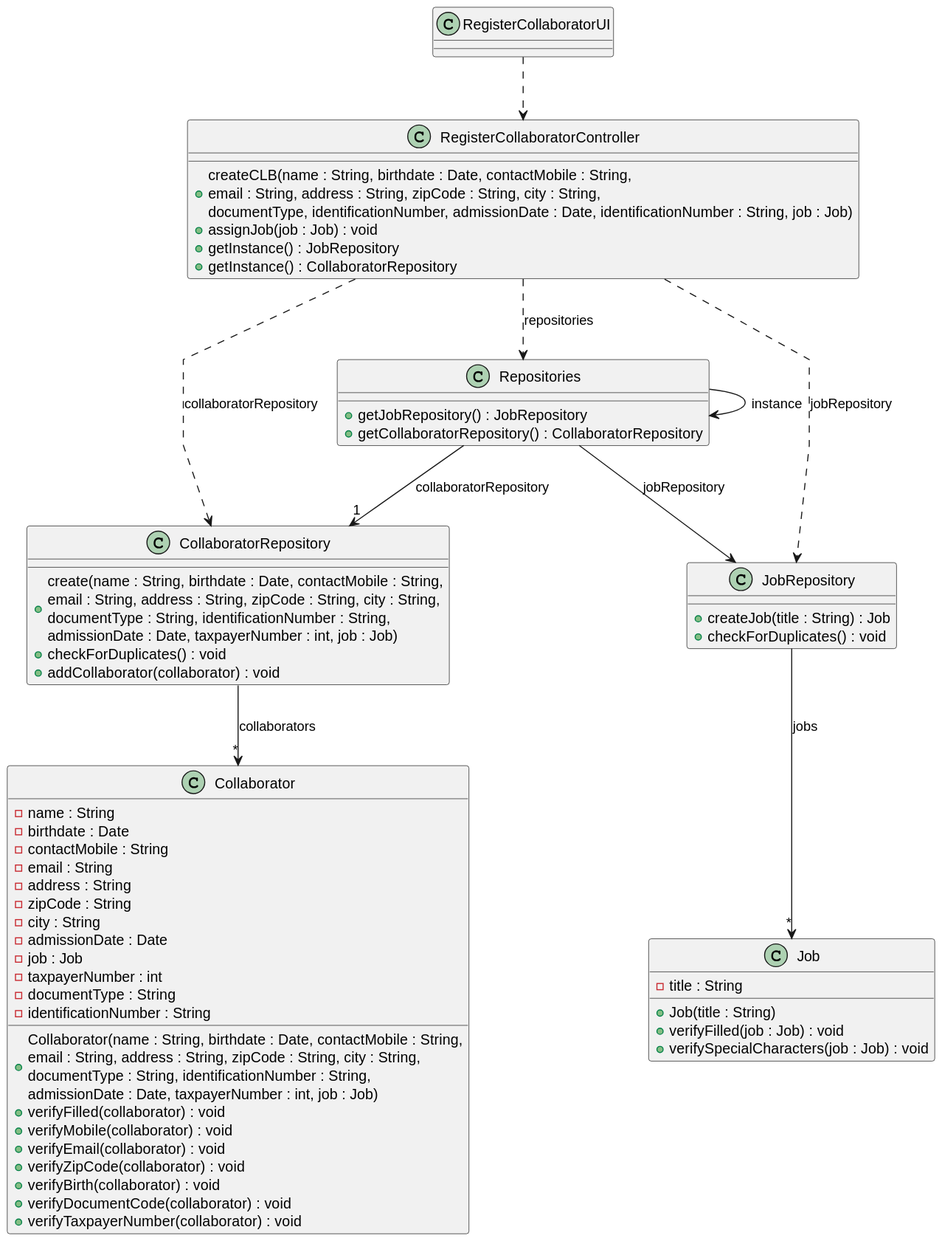
The PlantUML diagram docs/sprintB/us003/03.design/svg/us003-class-diagram.svg in ricardomm7/leaflink, before a commit.
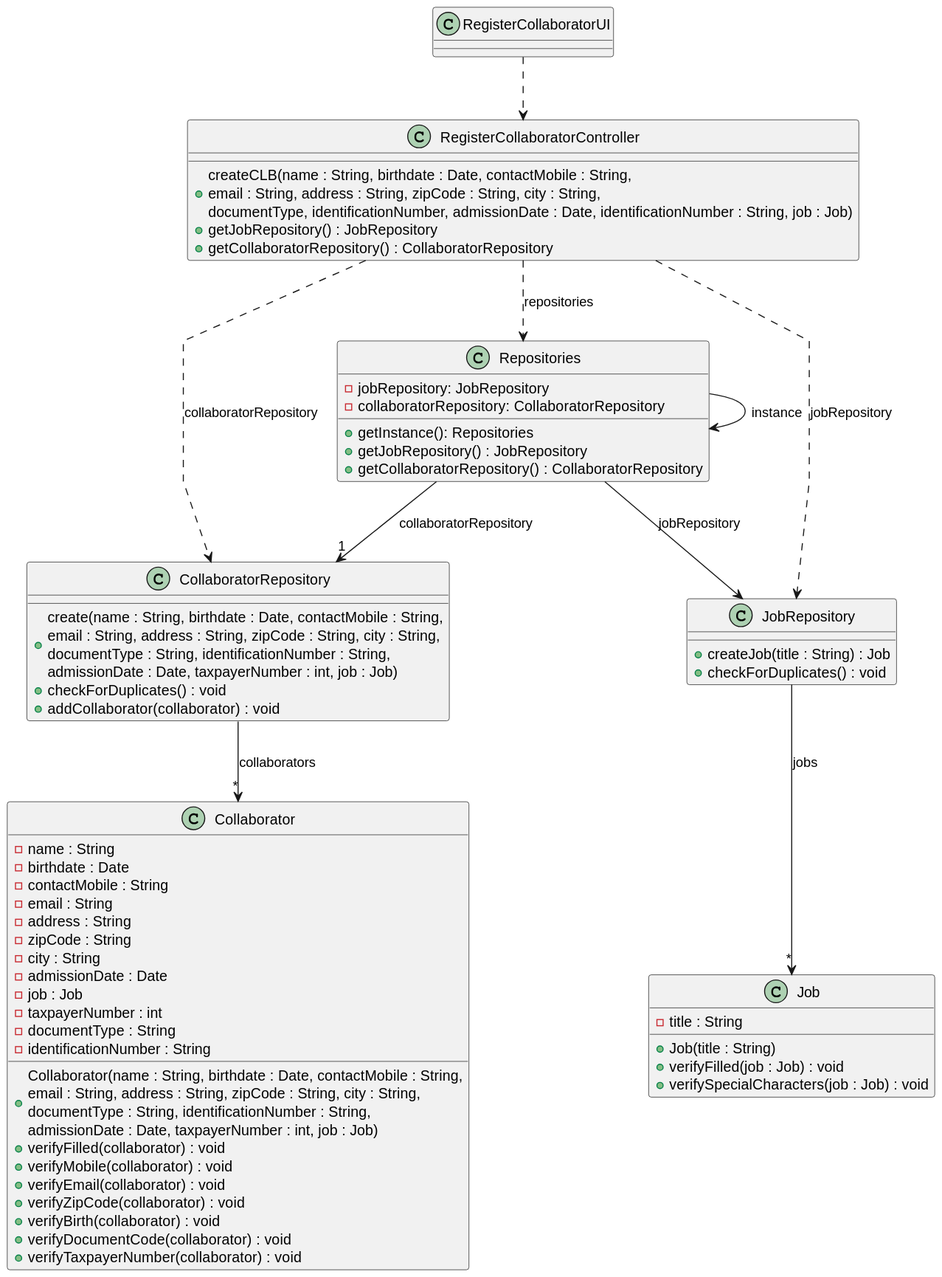
Later version of the same file.

Change to the diagram source:
```diff
@@ -9,13 +9,16 @@
 
 class RegisterCollaboratorController {
     + createCLB(name : String, birthdate : Date, contactMobile : String,\nemail : String, address : String, zipCode : String, city : String,\ndocumentType, identificationNumber, admissionDate : Date, identificationNumber : String, job : Job)
-    + assignJob(job : Job) : void
-    + getInstance() : JobRepository
-    + getInstance() : CollaboratorRepository
+    + getJobRepository() : JobRepository
+    + getCollaboratorRepository() : CollaboratorRepository
 
 }
 
 class Repositories {
+    -jobRepository: JobRepository
+    -collaboratorRepository: CollaboratorRepository
+
+    + getInstance(): Repositories
     +getJobRepository() : JobRepository
     +getCollaboratorRepository() : CollaboratorRepository
 }
```
